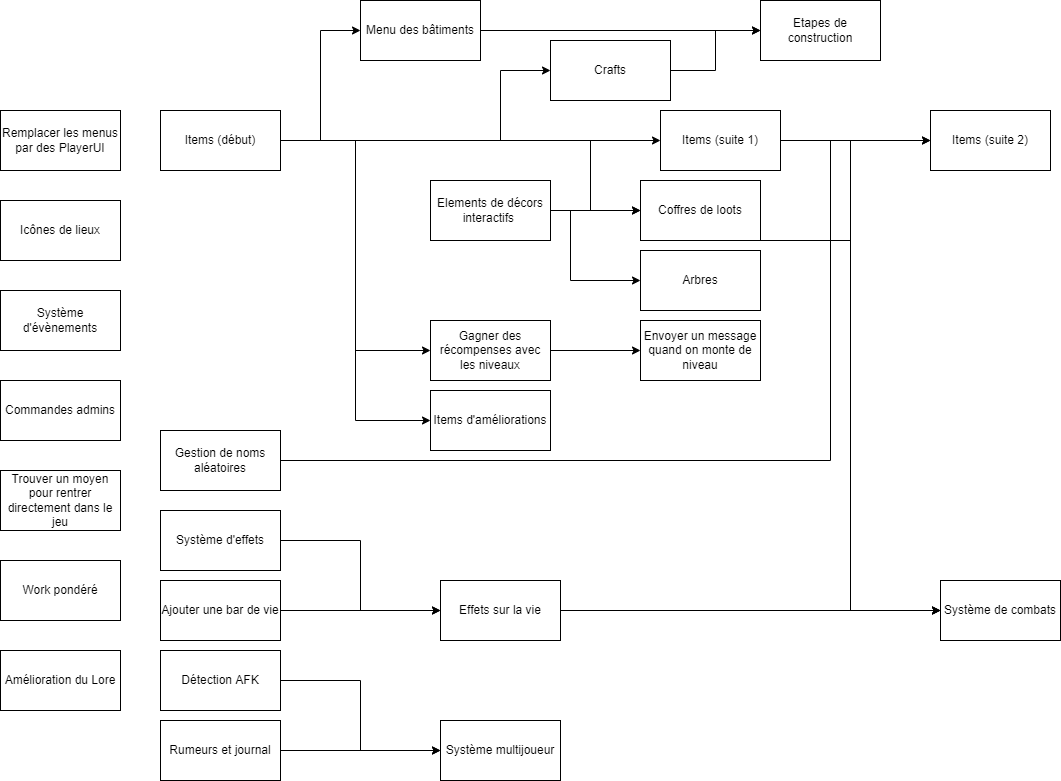
Above: todo_graph.png in Alexiscomete/A-Discord-Adventure (draw.io), before the change. Source tidied: cells renumbered, new cells last; positions are measured from the earlier drawing's top-left corner, leaving out a move shared by most shapes.
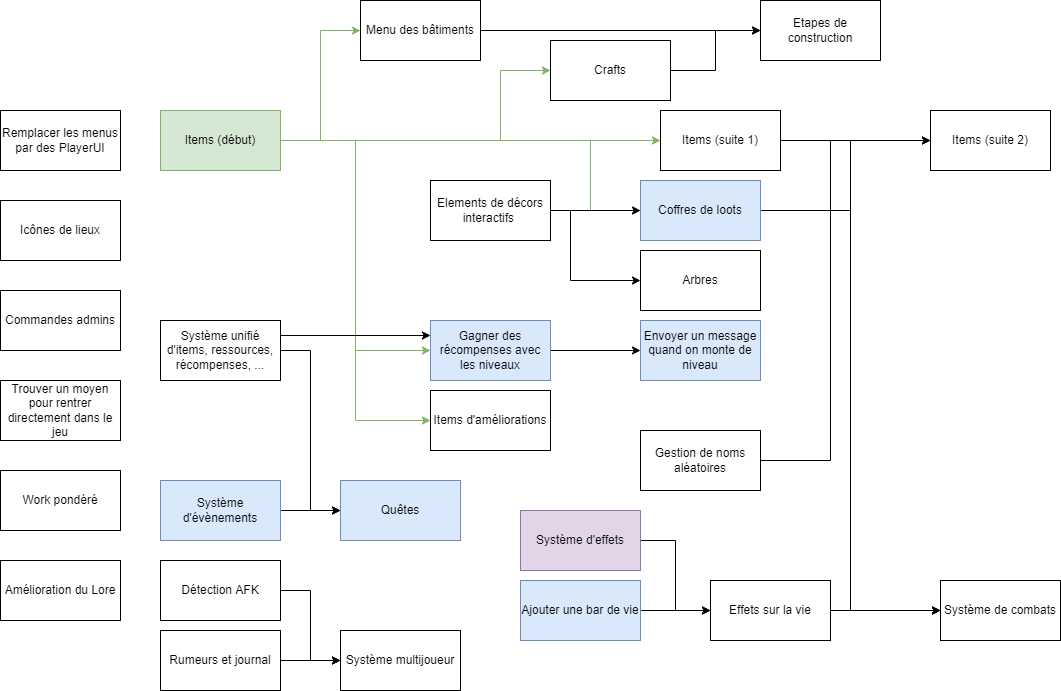
The same diagram one commit later.

Diff of the diagram source:
```diff
@@ -8,10 +8,10 @@
     <mxCell id="3" value="Menu des bâtiments" style="whiteSpace=wrap;html=1;" parent="1" vertex="1">
       <mxGeometry x="360" width="120" height="60" as="geometry" />
     </mxCell>
-    <mxCell id="4" style="edgeStyle=orthogonalEdgeStyle;rounded=0;jettySize=auto;html=1;exitX=1;exitY=0.5;exitDx=0;exitDy=0;entryX=0;entryY=0.5;entryDx=0;entryDy=0;" parent="1" edge="1" source="10" target="3">
+    <mxCell id="4" style="edgeStyle=orthogonalEdgeStyle;rounded=0;jettySize=auto;html=1;exitX=1;exitY=0.5;exitDx=0;exitDy=0;entryX=0;entryY=0.5;entryDx=0;entryDy=0;fillColor=#d5e8d4;strokeColor=#82b366;" parent="1" edge="1" source="10" target="3">
       <mxGeometry relative="1" as="geometry" />
     </mxCell>
-    <mxCell id="5" style="edgeStyle=orthogonalEdgeStyle;rounded=0;jettySize=auto;html=1;exitX=1;exitY=0.5;exitDx=0;exitDy=0;entryX=0;entryY=0.5;entryDx=0;entryDy=0;" parent="1" edge="1" source="10" target="16">
+    <mxCell id="5" style="edgeStyle=orthogonalEdgeStyle;rounded=0;jettySize=auto;html=1;exitX=1;exitY=0.5;exitDx=0;exitDy=0;entryX=0;entryY=0.5;entryDx=0;entryDy=0;fillColor=#d5e8d4;strokeColor=#82b366;" parent="1" edge="1" source="10" target="16">
       <mxGeometry relative="1" as="geometry">
         <Array as="points">
           <mxPoint x="590" y="140" />
@@ -19,10 +19,10 @@
         </Array>
       </mxGeometry>
     </mxCell>
-    <mxCell id="6" style="edgeStyle=orthogonalEdgeStyle;rounded=0;jettySize=auto;html=1;exitX=1;exitY=0.5;exitDx=0;exitDy=0;" parent="1" edge="1" source="10" target="19">
+    <mxCell id="6" style="edgeStyle=orthogonalEdgeStyle;rounded=0;jettySize=auto;html=1;exitX=1;exitY=0.5;exitDx=0;exitDy=0;fillColor=#d5e8d4;strokeColor=#82b366;" parent="1" edge="1" source="10" target="19">
       <mxGeometry relative="1" as="geometry" />
     </mxCell>
-    <mxCell id="7" style="edgeStyle=orthogonalEdgeStyle;rounded=0;jettySize=auto;html=1;exitX=1;exitY=0.5;exitDx=0;exitDy=0;entryX=0;entryY=0.5;entryDx=0;entryDy=0;" parent="1" edge="1" source="10" target="24">
+    <mxCell id="7" style="edgeStyle=orthogonalEdgeStyle;rounded=0;jettySize=auto;html=1;exitX=1;exitY=0.5;exitDx=0;exitDy=0;entryX=0;entryY=0.5;entryDx=0;entryDy=0;fillColor=#d5e8d4;strokeColor=#82b366;" parent="1" edge="1" source="10" target="24">
       <mxGeometry relative="1" as="geometry">
         <Array as="points">
           <mxPoint x="500" y="140" />
@@ -30,13 +30,13 @@
         </Array>
       </mxGeometry>
     </mxCell>
-    <mxCell id="8" style="edgeStyle=orthogonalEdgeStyle;rounded=0;jettySize=auto;html=1;exitX=1;exitY=0.5;exitDx=0;exitDy=0;entryX=0;entryY=0.5;entryDx=0;entryDy=0;" parent="1" edge="1" source="10" target="35">
+    <mxCell id="8" style="edgeStyle=orthogonalEdgeStyle;rounded=0;jettySize=auto;html=1;exitX=1;exitY=0.5;exitDx=0;exitDy=0;entryX=0;entryY=0.5;entryDx=0;entryDy=0;fillColor=#d5e8d4;strokeColor=#82b366;" parent="1" edge="1" source="10" target="35">
       <mxGeometry relative="1" as="geometry" />
     </mxCell>
-    <mxCell id="9" style="edgeStyle=orthogonalEdgeStyle;rounded=0;jettySize=auto;html=1;exitX=1;exitY=0.5;exitDx=0;exitDy=0;entryX=0;entryY=0.5;entryDx=0;entryDy=0;" parent="1" edge="1" source="10" target="40">
+    <mxCell id="9" style="edgeStyle=orthogonalEdgeStyle;rounded=0;jettySize=auto;html=1;exitX=1;exitY=0.5;exitDx=0;exitDy=0;entryX=0;entryY=0.5;entryDx=0;entryDy=0;fillColor=#d5e8d4;strokeColor=#82b366;" parent="1" edge="1" source="10" target="40">
       <mxGeometry relative="1" as="geometry" />
     </mxCell>
-    <mxCell id="10" value="Items (début)" style="whiteSpace=wrap;html=1;" parent="1" vertex="1">
+    <mxCell id="10" value="Items (début)" style="whiteSpace=wrap;html=1;fillColor=#d5e8d4;strokeColor=#82b366;" parent="1" vertex="1">
       <mxGeometry x="160" y="110" width="120" height="60" as="geometry" />
     </mxCell>
     <mxCell id="11" value="Icônes de lieux" style="whiteSpace=wrap;html=1;" parent="1" vertex="1">
@@ -59,13 +59,12 @@
     <mxCell id="15" style="edgeStyle=orthogonalEdgeStyle;rounded=0;jettySize=auto;html=1;exitX=1;exitY=0.5;exitDx=0;exitDy=0;entryX=0;entryY=0.5;entryDx=0;entryDy=0;" parent="1" edge="1" source="16" target="39">
       <mxGeometry relative="1" as="geometry">
         <Array as="points">
-          <mxPoint x="760" y="240" />
-          <mxPoint x="850" y="240" />
+          <mxPoint x="850" y="210" />
           <mxPoint x="850" y="610" />
         </Array>
       </mxGeometry>
     </mxCell>
-    <mxCell id="16" value="Coffres de loots" style="whiteSpace=wrap;html=1;" parent="1" vertex="1">
+    <mxCell id="16" value="Coffres de loots" style="whiteSpace=wrap;html=1;fillColor=#dae8fc;strokeColor=#6c8ebf;" parent="1" vertex="1">
       <mxGeometry x="640" y="180" width="120" height="60" as="geometry" />
     </mxCell>
     <mxCell id="17" style="edgeStyle=orthogonalEdgeStyle;rounded=0;jettySize=auto;html=1;exitX=1;exitY=0.5;exitDx=0;exitDy=0;" parent="1" edge="1" source="19" target="28">
@@ -85,11 +84,14 @@
     <mxCell id="20" style="edgeStyle=orthogonalEdgeStyle;rounded=0;jettySize=auto;html=1;exitX=1;exitY=0.5;exitDx=0;exitDy=0;entryX=0;entryY=0.5;entryDx=0;entryDy=0;" parent="1" edge="1" source="21" target="33">
       <mxGeometry relative="1" as="geometry" />
     </mxCell>
-    <mxCell id="21" value="Système d'effets" style="whiteSpace=wrap;html=1;" parent="1" vertex="1">
-      <mxGeometry x="160" y="510" width="120" height="60" as="geometry" />
+    <mxCell id="21" value="Système d'effets" style="whiteSpace=wrap;html=1;fillColor=#e1d5e7;strokeColor=#9673a6;" parent="1" vertex="1">
+      <mxGeometry x="520" y="510" width="120" height="60" as="geometry" />
     </mxCell>
+    <mxCell id="49" style="edgeStyle=orthogonalEdgeStyle;rounded=0;jettySize=auto;html=1;exitX=1;exitY=0.5;exitDx=0;exitDy=0;entryX=0;entryY=0.5;entryDx=0;entryDy=0;" parent="1" edge="1" source="22" target="50">
+      <mxGeometry relative="1" as="geometry" />
+    </mxCell>
-    <mxCell id="22" value="Système d'évènements" style="whiteSpace=wrap;html=1;" parent="1" vertex="1">
-      <mxGeometry y="290" width="120" height="60" as="geometry" />
+    <mxCell id="22" value="Système d'évènements" style="whiteSpace=wrap;html=1;fillColor=#dae8fc;strokeColor=#6c8ebf;" parent="1" vertex="1">
+      <mxGeometry x="160" y="480" width="120" height="60" as="geometry" />
     </mxCell>
     <mxCell id="23" style="edgeStyle=orthogonalEdgeStyle;rounded=0;jettySize=auto;html=1;exitX=1;exitY=0.5;exitDx=0;exitDy=0;entryX=0;entryY=0.5;entryDx=0;entryDy=0;" parent="1" edge="1" source="24" target="25">
       <mxGeometry relative="1" as="geometry" />
@@ -109,7 +111,7 @@
       </mxGeometry>
     </mxCell>
     <mxCell id="27" value="Gestion de noms aléatoires" style="whiteSpace=wrap;html=1;" parent="1" vertex="1">
-      <mxGeometry x="160" y="430" width="120" height="60" as="geometry" />
+      <mxGeometry x="640" y="430" width="120" height="60" as="geometry" />
     </mxCell>
     <mxCell id="28" value="Items (suite 2)" style="whiteSpace=wrap;html=1;" parent="1" vertex="1">
       <mxGeometry x="930" y="110" width="120" height="60" as="geometry" />
@@ -120,29 +122,29 @@
     <mxCell id="30" style="edgeStyle=orthogonalEdgeStyle;rounded=0;jettySize=auto;html=1;exitX=1;exitY=0.5;exitDx=0;exitDy=0;entryX=0;entryY=0.5;entryDx=0;entryDy=0;" parent="1" edge="1" source="31" target="33">
       <mxGeometry relative="1" as="geometry" />
     </mxCell>
-    <mxCell id="31" value="Ajouter une bar de vie" style="whiteSpace=wrap;html=1;" parent="1" vertex="1">
-      <mxGeometry x="160" y="580" width="120" height="60" as="geometry" />
+    <mxCell id="31" value="Ajouter une bar de vie" style="whiteSpace=wrap;html=1;fillColor=#dae8fc;strokeColor=#6c8ebf;" parent="1" vertex="1">
+      <mxGeometry x="520" y="580" width="120" height="60" as="geometry" />
     </mxCell>
     <mxCell id="32" style="edgeStyle=orthogonalEdgeStyle;rounded=0;jettySize=auto;html=1;exitX=1;exitY=0.5;exitDx=0;exitDy=0;entryX=0;entryY=0.5;entryDx=0;entryDy=0;" parent="1" edge="1" source="33" target="39">
       <mxGeometry relative="1" as="geometry" />
     </mxCell>
     <mxCell id="33" value="Effets sur la vie" style="whiteSpace=wrap;html=1;" parent="1" vertex="1">
-      <mxGeometry x="440" y="580" width="120" height="60" as="geometry" />
+      <mxGeometry x="710" y="580" width="120" height="60" as="geometry" />
     </mxCell>
     <mxCell id="34" style="edgeStyle=orthogonalEdgeStyle;rounded=0;jettySize=auto;html=1;exitX=1;exitY=0.5;exitDx=0;exitDy=0;entryX=0;entryY=0.5;entryDx=0;entryDy=0;" parent="1" edge="1" source="35" target="36">
       <mxGeometry relative="1" as="geometry" />
     </mxCell>
-    <mxCell id="35" value="Gagner des récompenses avec les niveaux" style="whiteSpace=wrap;html=1;" parent="1" vertex="1">
+    <mxCell id="35" value="Gagner des récompenses avec les niveaux" style="whiteSpace=wrap;html=1;fillColor=#dae8fc;strokeColor=#6c8ebf;" parent="1" vertex="1">
       <mxGeometry x="430" y="320" width="120" height="60" as="geometry" />
     </mxCell>
-    <mxCell id="36" value="Envoyer un message quand on monte de niveau" style="whiteSpace=wrap;html=1;" parent="1" vertex="1">
+    <mxCell id="36" value="Envoyer un message quand on monte de niveau" style="whiteSpace=wrap;html=1;fillColor=#dae8fc;strokeColor=#6c8ebf;" parent="1" vertex="1">
       <mxGeometry x="640" y="320" width="120" height="60" as="geometry" />
     </mxCell>
     <mxCell id="37" value="Commandes admins" style="whiteSpace=wrap;html=1;" parent="1" vertex="1">
-      <mxGeometry y="380" width="120" height="60" as="geometry" />
+      <mxGeometry y="290" width="120" height="60" as="geometry" />
     </mxCell>
     <mxCell id="38" value="Trouver un moyen pour rentrer directement dans le jeu" style="whiteSpace=wrap;html=1;" parent="1" vertex="1">
-      <mxGeometry y="470" width="120" height="60" as="geometry" />
+      <mxGeometry y="380" width="120" height="60" as="geometry" />
     </mxCell>
     <mxCell id="39" value="Système de combats" style="whiteSpace=wrap;html=1;" parent="1" vertex="1">
       <mxGeometry x="940" y="580" width="120" height="60" as="geometry" />
@@ -154,25 +156,37 @@
       <mxGeometry relative="1" as="geometry" />
     </mxCell>
     <mxCell id="42" value="Détection AFK" style="whiteSpace=wrap;html=1;" parent="1" vertex="1">
-      <mxGeometry x="160" y="650" width="120" height="60" as="geometry" />
+      <mxGeometry x="160" y="560" width="120" height="60" as="geometry" />
     </mxCell>
     <mxCell id="43" style="edgeStyle=orthogonalEdgeStyle;rounded=0;jettySize=auto;html=1;exitX=1;exitY=0.5;exitDx=0;exitDy=0;entryX=0;entryY=0.5;entryDx=0;entryDy=0;" parent="1" edge="1" source="44" target="45">
       <mxGeometry relative="1" as="geometry" />
     </mxCell>
     <mxCell id="44" value="Rumeurs et journal" style="whiteSpace=wrap;html=1;" parent="1" vertex="1">
-      <mxGeometry x="160" y="720" width="120" height="60" as="geometry" />
+      <mxGeometry x="160" y="630" width="120" height="60" as="geometry" />
     </mxCell>
     <mxCell id="45" value="Système multijoueur" style="whiteSpace=wrap;html=1;" parent="1" vertex="1">
-      <mxGeometry x="440" y="720" width="120" height="60" as="geometry" />
+      <mxGeometry x="340" y="630" width="120" height="60" as="geometry" />
     </mxCell>
     <mxCell id="46" value="Arbres" style="whiteSpace=wrap;html=1;" parent="1" vertex="1">
       <mxGeometry x="640" y="250" width="120" height="60" as="geometry" />
     </mxCell>
     <mxCell id="47" value="Work pondéré" style="whiteSpace=wrap;html=1;" parent="1" vertex="1">
-      <mxGeometry y="560" width="120" height="60" as="geometry" />
+      <mxGeometry y="470" width="120" height="60" as="geometry" />
     </mxCell>
     <mxCell id="48" value="Amélioration du Lore" style="whiteSpace=wrap;html=1;" parent="1" vertex="1">
-      <mxGeometry y="650" width="120" height="60" as="geometry" />
+      <mxGeometry y="560" width="120" height="60" as="geometry" />
     </mxCell>
+    <mxCell id="50" value="Quêtes" style="whiteSpace=wrap;html=1;fillColor=#dae8fc;strokeColor=#6c8ebf;" parent="1" vertex="1">
+      <mxGeometry x="340" y="480" width="120" height="60" as="geometry" />
+    </mxCell>
+    <mxCell id="51" style="edgeStyle=orthogonalEdgeStyle;rounded=0;jettySize=auto;html=1;exitX=1;exitY=0.25;exitDx=0;exitDy=0;entryX=0;entryY=0.25;entryDx=0;entryDy=0;" parent="1" edge="1" source="53" target="35">
+      <mxGeometry relative="1" as="geometry" />
+    </mxCell>
+    <mxCell id="52" style="edgeStyle=orthogonalEdgeStyle;rounded=0;jettySize=auto;html=1;exitX=1;exitY=0.5;exitDx=0;exitDy=0;entryX=0;entryY=0.5;entryDx=0;entryDy=0;" parent="1" edge="1" source="53" target="50">
+      <mxGeometry relative="1" as="geometry" />
+    </mxCell>
+    <mxCell id="53" value="Système unifié d'items, ressources, récompenses, ..." style="whiteSpace=wrap;html=1;" parent="1" vertex="1">
+      <mxGeometry x="160" y="320" width="120" height="60" as="geometry" />
+    </mxCell>
   </root>
 </mxGraphModel>
```
